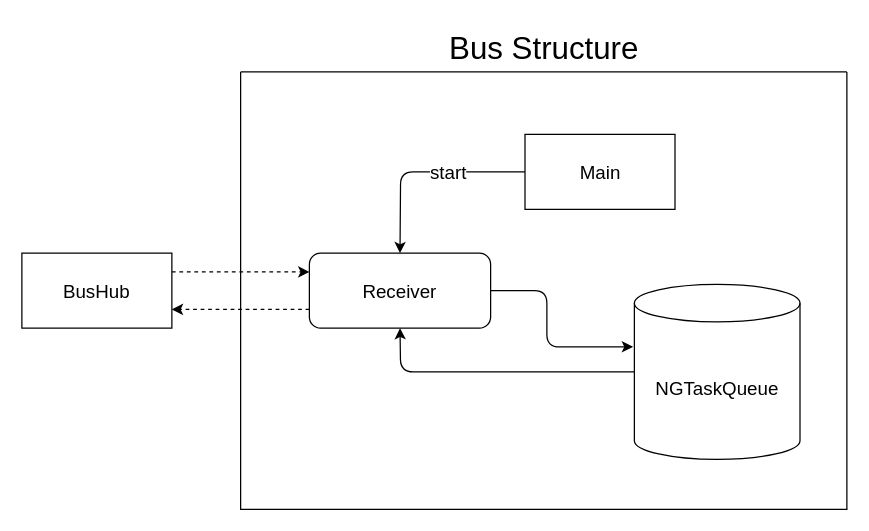
NGDeveloper125/NGTQ_BusService keeps this draw.io diagram as page "BusStructure" (2 of 4) of Docs/ProjectDiagrams.drawio. Above is the earlier version. Source tidied: cells renumbered, new cells numbered last; positions are measured from the earlier drawing's top-left corner, leaving out a move shared by most shapes. Both pictures are drawn from the tidied source at 125%, with x=0, y=0 at pixel (21, 21).
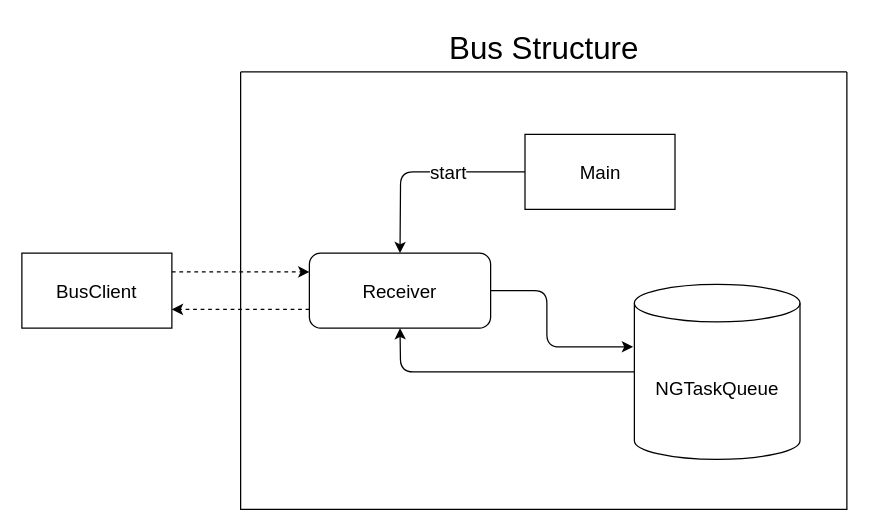
The same page after the edit.

What changed in the source:
```diff
@@
 <mxGraphModel>
   <root>
     <mxCell id="0" />
     <mxCell id="1" parent="0" />
     <mxCell id="2" value="Bus Structure" style="text;html=1;strokeColor=none;fillColor=none;align=center;verticalAlign=middle;whiteSpace=wrap;rounded=0;fontSize=25;" parent="1" vertex="1">
       <mxGeometry x="317.5" width="200" height="40" as="geometry" />
     </mxCell>
     <mxCell id="3" style="edgeStyle=none;html=1;entryX=0;entryY=0.25;entryDx=0;entryDy=0;fontSize=15;exitX=1;exitY=0.25;exitDx=0;exitDy=0;dashed=1;" parent="1" edge="1" source="4" target="7">
       <mxGeometry relative="1" as="geometry" />
     </mxCell>
-    <mxCell id="4" value="BusHub" style="rounded=0;whiteSpace=wrap;html=1;fontSize=15;" parent="1" vertex="1">
+    <mxCell id="4" value="BusClient" style="rounded=0;whiteSpace=wrap;html=1;fontSize=15;" parent="1" vertex="1">
       <mxGeometry y="185" width="120" height="60" as="geometry" />
     </mxCell>
     <mxCell id="5" style="swimlane;startSize=0;fontSize=25;" parent="1" vertex="1">
       <mxGeometry x="175" y="40" width="485" height="350" as="geometry" />
     </mxCell>
     <mxCell id="6" style="edgeStyle=none;html=1;entryX=-0.008;entryY=0.357;entryDx=0;entryDy=0;entryPerimeter=0;fontSize=15;exitX=1;exitY=0.5;exitDx=0;exitDy=0;" parent="5" edge="1" source="7" target="11">
       <mxGeometry relative="1" as="geometry">
         <Array as="points">
           <mxPoint x="245" y="175" />
           <mxPoint x="245" y="220" />
         </Array>
       </mxGeometry>
     </mxCell>
     <mxCell id="7" value="Receiver" style="rounded=1;whiteSpace=wrap;html=1;fontSize=15;" parent="5" vertex="1">
       <mxGeometry x="55" y="145" width="145" height="60" as="geometry" />
     </mxCell>
     <mxCell id="8" value="start" style="edgeStyle=none;html=1;entryX=0.5;entryY=0;entryDx=0;entryDy=0;fontSize=15;" parent="5" edge="1" source="9" target="7">
       <mxGeometry x="-0.24" relative="1" as="geometry">
         <Array as="points">
           <mxPoint x="128" y="80" />
         </Array>
         <mxPoint x="1" as="offset" />
       </mxGeometry>
     </mxCell>
     <mxCell id="9" value="Main" style="rounded=0;whiteSpace=wrap;html=1;fontSize=15;" parent="5" vertex="1">
       <mxGeometry x="227.5" y="50" width="120" height="60" as="geometry" />
     </mxCell>
     <mxCell id="10" style="edgeStyle=none;html=1;entryX=0.5;entryY=1;entryDx=0;entryDy=0;fontSize=15;" parent="5" edge="1" source="11" target="7">
       <mxGeometry relative="1" as="geometry">
         <Array as="points">
           <mxPoint x="128" y="240" />
         </Array>
       </mxGeometry>
     </mxCell>
     <mxCell id="11" value="NGTaskQueue" style="shape=cylinder3;whiteSpace=wrap;html=1;boundedLbl=1;backgroundOutline=1;size=15;fontSize=15;" parent="5" vertex="1">
       <mxGeometry x="315" y="170" width="132.5" height="140" as="geometry" />
     </mxCell>
     <mxCell id="12" style="edgeStyle=none;html=1;entryX=1;entryY=0.75;entryDx=0;entryDy=0;fontSize=15;exitX=0;exitY=0.75;exitDx=0;exitDy=0;dashed=1;" parent="1" edge="1" source="7" target="4">
       <mxGeometry relative="1" as="geometry" />
     </mxCell>
   </root>
 </mxGraphModel>
```
